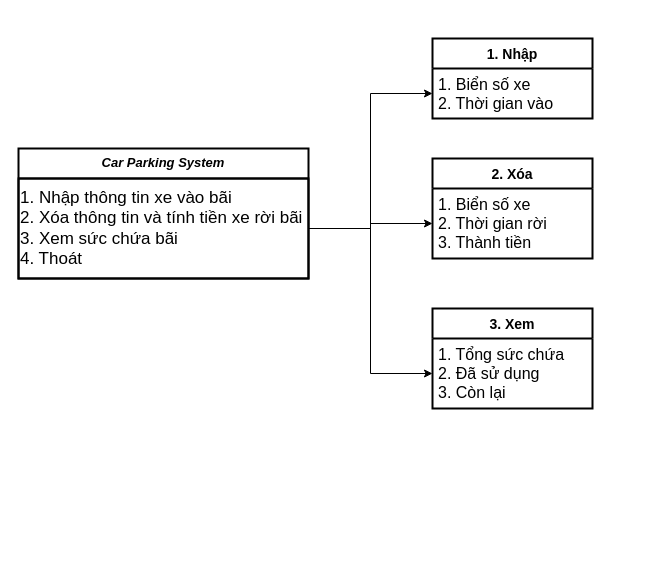
Before: Biểu đồ không có tiêu đề.drawio in TrongFlorida/Draw, a draw.io diagram. Source tidied: cells renumbered, new cells numbered last; positions are measured from the earlier drawing's top-left corner, leaving out a move shared by most shapes. Both pictures are drawn from the tidied source at 100%, with x=0, y=0 at pixel (18, 38).
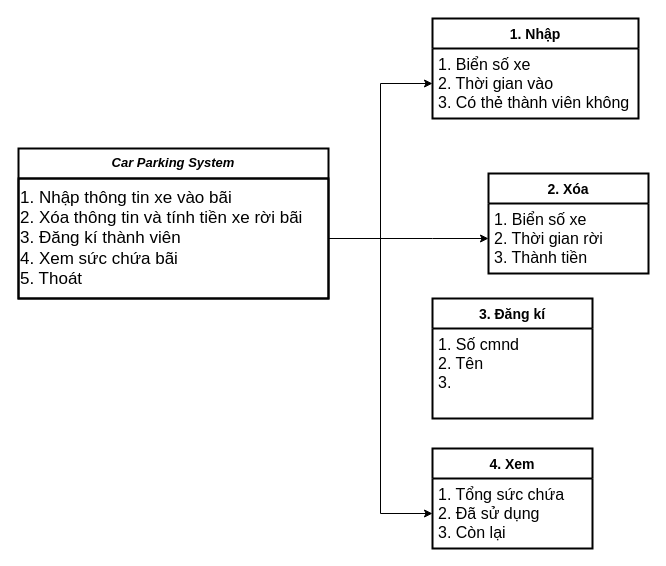
Above is the later version.

Diff of the diagram source:
```diff
@@
 <mxGraphModel>
   <root>
     <mxCell id="0" />
     <mxCell id="1" parent="0" />
     <mxCell id="2" value="Car Parking System" style="swimlane;fontStyle=3;align=center;verticalAlign=top;horizontal=1;startSize=30;rounded=0;shadow=0;strokeWidth=2;fontSize=13;" parent="1" vertex="1">
-      <mxGeometry y="110" width="290" height="130" as="geometry" />
+      <mxGeometry y="110" width="310" height="150" as="geometry" />
     </mxCell>
-    <mxCell id="3" value="1. Nhập thông tin xe vào bãi&lt;br&gt;2. Xóa thông tin và tính tiền xe rời bãi&lt;br&gt;3. Xem sức chứa bãi&lt;br&gt;4. Thoát" style="text;html=1;align=left;verticalAlign=middle;points=[];strokeColor=default;fillColor=none;fontSize=17;shadow=0;strokeWidth=2;" parent="2" vertex="1">
-      <mxGeometry y="30" width="290" height="100" as="geometry" />
+    <mxCell id="3" value="1. Nhập thông tin xe vào bãi&lt;br&gt;2. Xóa thông tin và tính tiền xe rời bãi&lt;br&gt;3. Đăng kí thành viên&lt;br&gt;4. Xem sức chứa bãi&lt;br&gt;5. Thoát" style="text;html=1;align=left;verticalAlign=middle;points=[];strokeColor=default;fillColor=none;fontSize=17;shadow=0;strokeWidth=2;" parent="2" vertex="1">
+      <mxGeometry y="30" width="310" height="120" as="geometry" />
     </mxCell>
     <mxCell id="4" value="1. Nhập" style="swimlane;horizontal=1;startSize=30;rounded=0;fontSize=14;fontStyle=1;strokeWidth=2;shadow=0;dashed=0;align=center;" parent="1" vertex="1">
-      <mxGeometry x="414" width="160" height="80" as="geometry" />
+      <mxGeometry x="414" y="-20" width="206" height="100" as="geometry" />
     </mxCell>
-    <mxCell id="5" value="1. Biển số xe&#10;2. Thời gian vào" style="align=left;strokeColor=none;fillColor=none;spacingLeft=4;fontSize=16;verticalAlign=top;" parent="4" vertex="1">
-      <mxGeometry y="30" width="160" height="50" as="geometry" />
+    <mxCell id="5" value="1. Biển số xe&#10;2. Thời gian vào&#10;3. Có thẻ thành viên không" style="align=left;strokeColor=none;fillColor=none;spacingLeft=4;fontSize=16;verticalAlign=top;" parent="4" vertex="1">
+      <mxGeometry y="30" width="206" height="70" as="geometry" />
     </mxCell>
     <mxCell id="6" value="2. Xóa" style="swimlane;horizontal=1;startSize=30;rounded=0;fontSize=14;fontStyle=1;strokeWidth=2;shadow=0;dashed=0;align=center;strokeColor=default;fillColor=none;" parent="1" vertex="1">
-      <mxGeometry x="414" y="120" width="160" height="100" as="geometry" />
+      <mxGeometry x="470" y="135" width="160" height="100" as="geometry" />
     </mxCell>
     <mxCell id="7" value="1. Biển số xe&#10;2. Thời gian rời&#10;3. Thành tiền" style="align=left;strokeColor=none;fillColor=none;spacingLeft=4;fontSize=16;verticalAlign=top;rounded=0;shadow=0;strokeWidth=2;" parent="6" vertex="1">
       <mxGeometry y="30" width="160" height="70" as="geometry" />
     </mxCell>
-    <mxCell id="8" value="3. Xem" style="swimlane;horizontal=1;startSize=30;rounded=0;fontSize=14;fontStyle=1;strokeWidth=2;shadow=0;dashed=0;align=center;strokeColor=default;fillColor=none;" parent="1" vertex="1">
-      <mxGeometry x="414" y="270" width="160" height="100" as="geometry" />
+    <mxCell id="8" value="4. Xem" style="swimlane;horizontal=1;startSize=30;rounded=0;fontSize=14;fontStyle=1;strokeWidth=2;shadow=0;dashed=0;align=center;strokeColor=default;fillColor=none;" parent="1" vertex="1">
+      <mxGeometry x="414" y="410" width="160" height="100" as="geometry" />
     </mxCell>
     <mxCell id="9" value="1. Tổng sức chứa&#10;2. Đã sử dụng&#10;3. Còn lại" style="align=left;strokeColor=none;fillColor=none;spacingLeft=4;fontSize=16;verticalAlign=top;rounded=0;shadow=0;strokeWidth=2;" parent="8" vertex="1">
       <mxGeometry y="30" width="160" height="70" as="geometry" />
     </mxCell>
     <mxCell id="10" style="edgeStyle=orthogonalEdgeStyle;rounded=0;jettySize=auto;html=1;entryX=0;entryY=0.5;entryDx=0;entryDy=0;fontSize=16;" parent="1" edge="1" source="3" target="9">
       <mxGeometry relative="1" as="geometry" />
     </mxCell>
     <mxCell id="11" style="edgeStyle=orthogonalEdgeStyle;rounded=0;jettySize=auto;html=1;entryX=0;entryY=0.5;entryDx=0;entryDy=0;fontSize=16;" parent="1" edge="1" source="3" target="7">
-      <mxGeometry relative="1" as="geometry" />
+      <mxGeometry relative="1" as="geometry">
+        <Array as="points">
+          <mxPoint x="414" y="200" />
+        </Array>
+      </mxGeometry>
     </mxCell>
     <mxCell id="12" style="edgeStyle=orthogonalEdgeStyle;rounded=0;jettySize=auto;html=1;entryX=0;entryY=0.5;entryDx=0;entryDy=0;fontSize=16;" parent="1" edge="1" source="3" target="5">
       <mxGeometry relative="1" as="geometry" />
     </mxCell>
+    <mxCell id="13" value="3. Đăng kí" style="swimlane;horizontal=1;startSize=30;rounded=0;fontSize=14;fontStyle=1;strokeWidth=2;shadow=0;dashed=0;align=center;fillColor=default;" parent="1" vertex="1">
+      <mxGeometry x="414" y="260" width="160" height="120" as="geometry" />
+    </mxCell>
+    <mxCell id="14" value="1. Số cmnd&#10;2. Tên&#10;3." style="align=left;strokeColor=none;fillColor=none;spacingLeft=4;fontSize=16;verticalAlign=top;strokeWidth=2;" parent="13" vertex="1">
+      <mxGeometry y="30" width="160" height="90" as="geometry" />
+    </mxCell>
   </root>
 </mxGraphModel>
```
